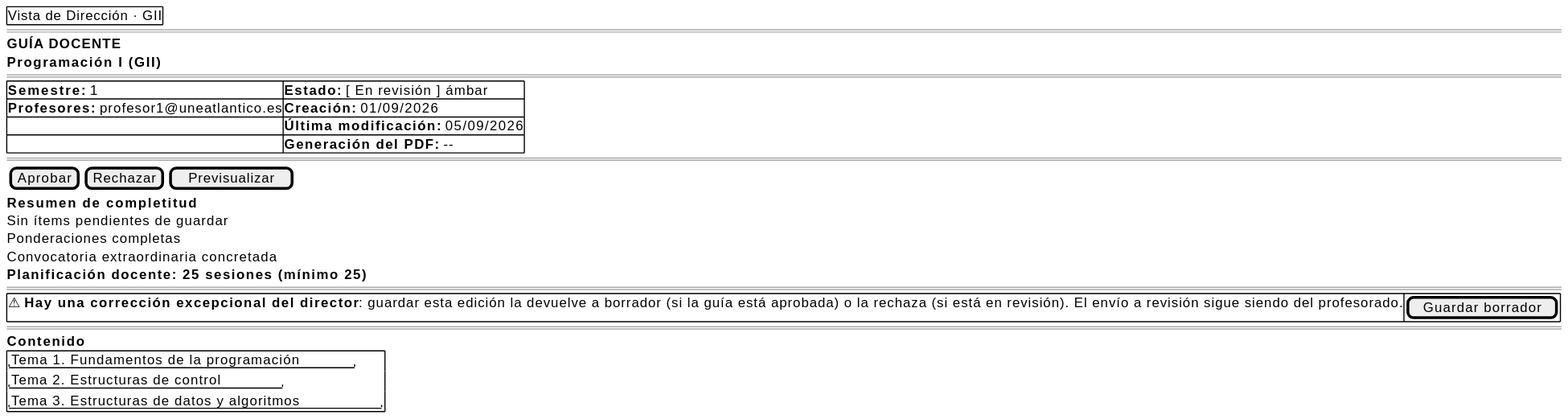
Above: images/RUP/01-requisitos/03-detalle-casos-uso/guardarBorradorGuia/wireframe-director.svg in mmasias/pyCeldaPublico (PlantUML), before the change.
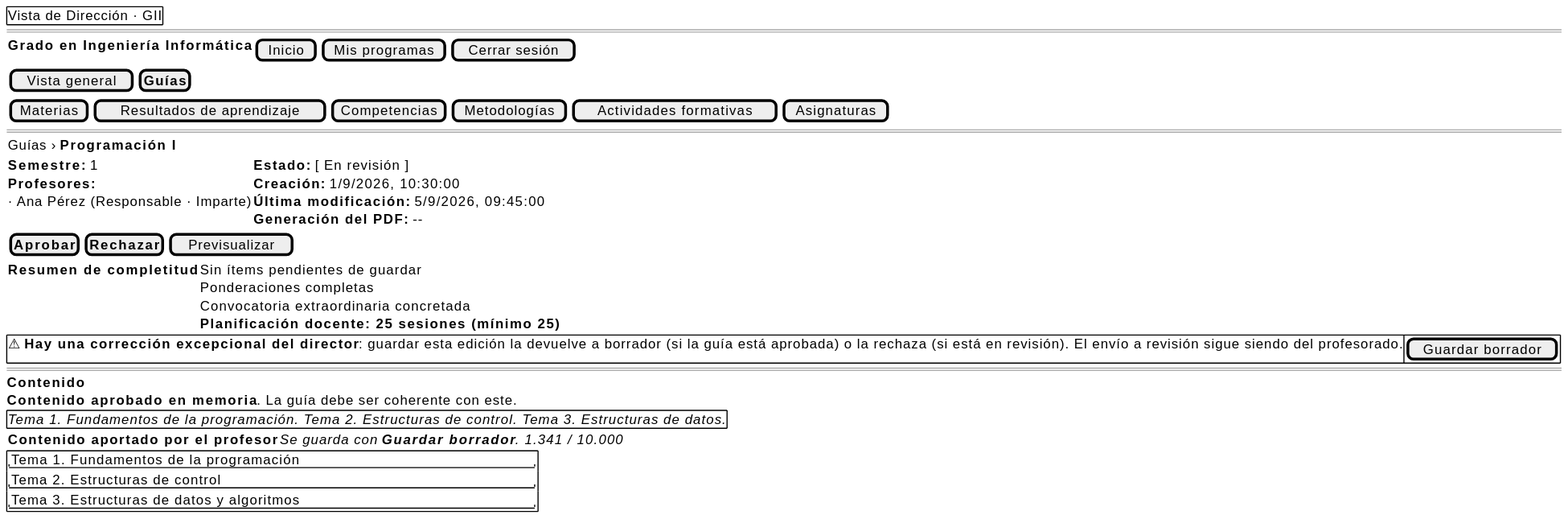
Later version of the same file.

Diff of the diagram source:
```diff
@@ -2,32 +2,38 @@
 {
     {+ Vista de Dirección · GII }
     ====
-    <b>GUÍA DOCENTE</b>
-    <b>Programación I (GII)</b>
+    {<b>Grado en Ingeniería Informática</b> | [Inicio] | [Mis programas] | [Cerrar sesión]}
+    {[Vista general] | [<b>Guías</b>]}
+    {[Materias] | [Resultados de aprendizaje] | [Competencias] | [Metodologías] | [Actividades formativas] | [Asignaturas]}
     ====
-    {#
-        <b>Semestre:</b> 1 | <b>Estado:</b> [ En revisión ] ámbar
-        <b>Profesores:</b> profesor1@uneatlantico.es | <b>Creación:</b> 01/09/2026
-         . | <b>Última modificación:</b> 05/09/2026
+    {Guías › <b>Programación I</b>}
+    {
+        <b>Semestre:</b> 1 | <b>Estado:</b> [ En revisión ]
+        <b>Profesores:</b> | <b>Creación:</b> 1/9/2026, 10:30:00
+        · Ana Pérez (Responsable · Imparte) | <b>Última modificación:</b> 5/9/2026, 09:45:00
          . | <b>Generación del PDF:</b> --
     }
-    ====
-    {[Aprobar] | [Rechazar] | [Previsualizar]}
-    <b>Resumen de completitud</b>
-    Sin ítems pendientes de guardar
-    Ponderaciones completas
-    Convocatoria extraordinaria concretada
-    <b>Planificación docente: 25 sesiones (mínimo 25)</b>
-    ====
+    {[<b>Aprobar</b>] | [<b>Rechazar</b>] | [Previsualizar]}
+    {
+        <b>Resumen de completitud</b> | Sin ítems pendientes de guardar
+        . | Ponderaciones completas
+        . | Convocatoria extraordinaria concretada
+        . | <b>Planificación docente: 25 sesiones (mínimo 25)</b>
+    }
     {#
         ⚠ <b>Hay una corrección excepcional del director</b>: guardar esta edición la devuelve a borrador (si la guía está aprobada) o la rechaza (si está en revisión). El envío a revisión sigue siendo del profesorado. | [Guardar borrador]
     }
     ====
     <b>Contenido</b>
+    <b>Contenido aprobado en memoria</b>. La guía debe ser coherente con este.
+    {#
+        <i>Tema 1. Fundamentos de la programación. Tema 2. Estructuras de control. Tema 3. Estructuras de datos.</i>
+    }
+    {<b>Contenido aportado por el profesor</b> | <i>Se guarda con <b>Guardar borrador</b>. 1.341 / 10.000</i>}
     {+
-        "Tema 1. Fundamentos de la programación"
-        "Tema 2. Estructuras de control"
-        "Tema 3. Estructuras de datos y algoritmos"
+        "Tema 1. Fundamentos de la programación                    "
+        "Tema 2. Estructuras de control                            "
+        "Tema 3. Estructuras de datos y algoritmos                 "
     }
 }
 @endsalt
```
